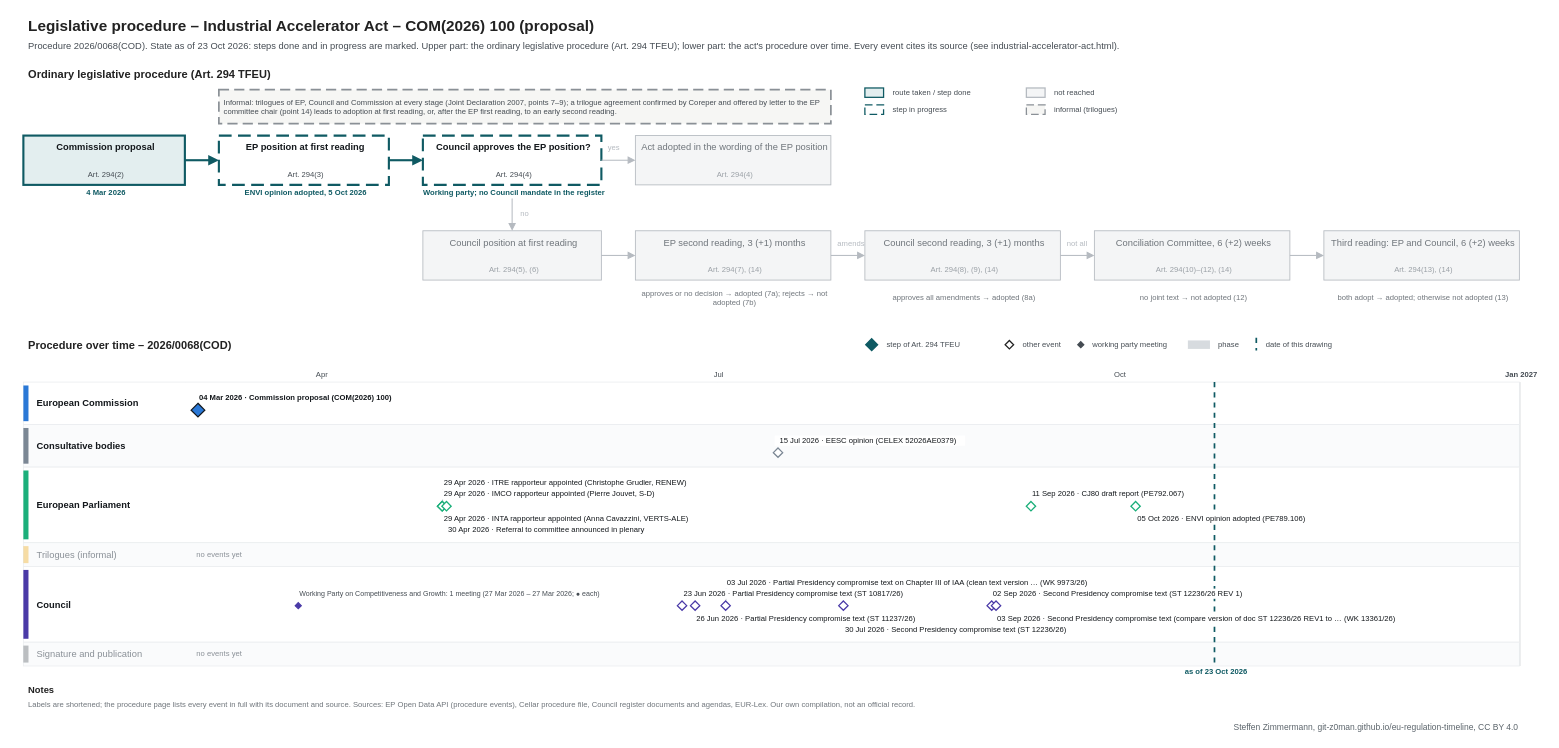
Before: procedures/industrial-accelerator-act.drawio in git-z0man/eu-regulation-timeline, a draw.io diagram. Source tidied: cells renumbered, new cells numbered last; positions are measured from the earlier drawing's top-left corner, leaving out a move shared by most shapes. Both pictures are drawn from the tidied source at 85%, with x=0, y=0 at pixel (14, 14).
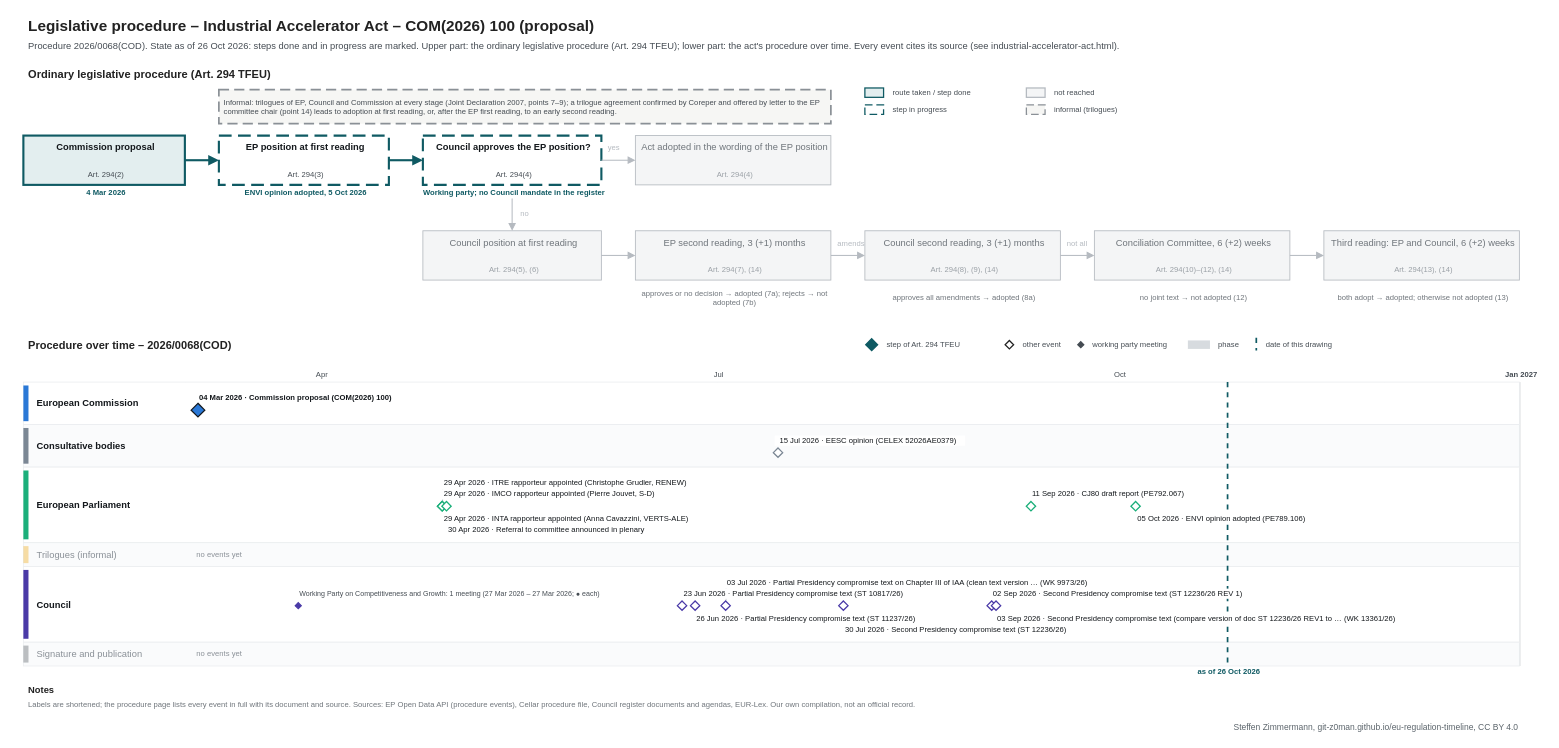
After the change.

What changed in the source:
```diff
@@
-    <mxCell id="3" value="Procedure 2026/0068(COD). State as of 23 Oct 2026: steps done and in progress are marked. Upper part: the ordinary legislative procedure (Art. 294 TFEU); lower part: the act's procedure over time. Every event cites its source (see industrial-accelerator-act.html)." style="text;html=1;fontSize=11;fontColor=#454c53;align=left;verticalAlign=middle;spacingLeft=4;" parent="1" vertex="1">
+    <mxCell id="3" value="Procedure 2026/0068(COD). State as of 26 Oct 2026: steps done and in progress are marked. Upper part: the ordinary legislative procedure (Art. 294 TFEU); lower part: the act's procedure over time. Every event cites its source (see industrial-accelerator-act.html)." style="text;html=1;fontSize=11;fontColor=#454c53;align=left;verticalAlign=middle;spacingLeft=4;" parent="1" vertex="1">
       <mxGeometry x="10" y="28" width="1700" height="18" as="geometry" />
     </mxCell>
@@
     <mxCell id="107" style="line;html=1;strokeWidth=2;strokeColor=#0f5a63;direction=south;dashed=1;" parent="1" vertex="1">
-      <mxGeometry x="1410.8" y="432" width="1" height="334" as="geometry" />
+      <mxGeometry x="1426.2" y="432" width="1" height="334" as="geometry" />
     </mxCell>
-    <mxCell id="108" value="as of 23 Oct 2026" style="text;html=1;fontSize=9;fontColor=#0f5a63;align=center;verticalAlign=middle;spacingLeft=4;fontStyle=1;" parent="1" vertex="1">
-      <mxGeometry x="1350.8" y="767" width="120" height="12" as="geometry" />
+    <mxCell id="108" value="as of 26 Oct 2026" style="text;html=1;fontSize=9;fontColor=#0f5a63;align=center;verticalAlign=middle;spacingLeft=4;fontStyle=1;" parent="1" vertex="1">
+      <mxGeometry x="1366.2" y="767" width="120" height="12" as="geometry" />
     </mxCell>
```
